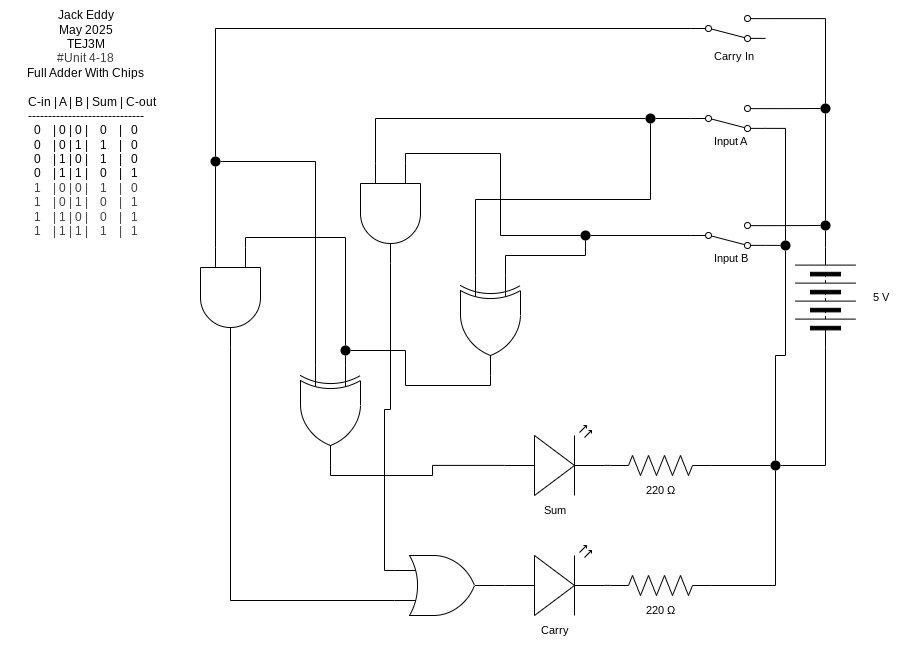
Jack-Eddy/TEJ3M-Unit4 keeps this draw.io diagram as Unit4-18.png. Above is the earlier version. Source tidied: cells renumbered, new cells last; positions are measured from the earlier drawing's top-left corner, leaving out a move shared by most shapes.
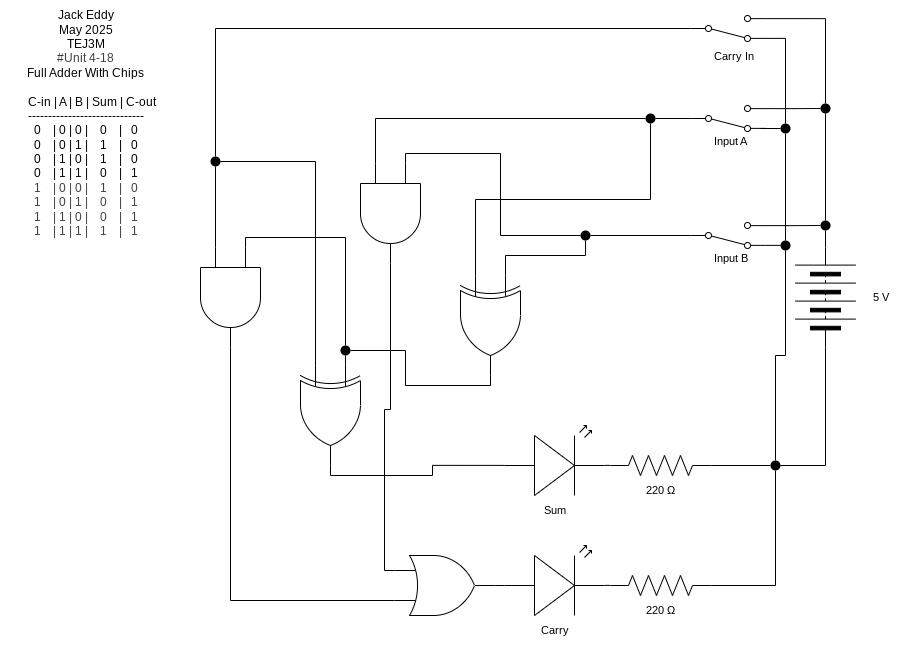
After the commit.

Change to the diagram source:
```diff
@@ -35,18 +35,15 @@
     <mxCell id="12" style="edgeStyle=orthogonalEdgeStyle;shape=connector;rounded=0;html=1;exitX=1;exitY=0.57;exitDx=0;exitDy=0;exitPerimeter=0;entryX=0;entryY=0.5;entryDx=0;entryDy=0;entryPerimeter=0;strokeColor=default;align=center;verticalAlign=middle;fontFamily=Helvetica;fontSize=11;fontColor=default;labelBackgroundColor=default;endArrow=none;endFill=0;" parent="1" edge="1" source="9" target="11">
       <mxGeometry relative="1" as="geometry" />
     </mxCell>
-    <mxCell id="13" style="edgeStyle=orthogonalEdgeStyle;shape=connector;rounded=0;html=1;exitX=0.5;exitY=0;exitDx=0;exitDy=0;entryX=0.5;entryY=1;entryDx=0;entryDy=0;strokeColor=default;align=center;verticalAlign=middle;fontFamily=Helvetica;fontSize=11;fontColor=default;labelBackgroundColor=default;endArrow=none;endFill=0;" parent="1" edge="1" source="15" target="17">
-      <mxGeometry relative="1" as="geometry" />
-    </mxCell>
     <mxCell id="14" style="edgeStyle=orthogonalEdgeStyle;shape=connector;rounded=0;html=1;exitX=1;exitY=0.5;exitDx=0;exitDy=0;entryX=0;entryY=0.5;entryDx=0;entryDy=0;strokeColor=default;align=center;verticalAlign=middle;fontFamily=Helvetica;fontSize=11;fontColor=default;labelBackgroundColor=default;endArrow=none;endFill=0;" parent="1" edge="1" source="15" target="20">
       <mxGeometry relative="1" as="geometry" />
     </mxCell>
     <mxCell id="15" style="shape=ellipse;fillColor=light-dark(#000000, #51a8ff);strokeColor=none;html=1;sketch=0;fontFamily=Helvetica;fontSize=11;fontColor=default;labelBackgroundColor=default;" parent="1" vertex="1">
       <mxGeometry x="770" y="460" width="10" height="10" as="geometry" />
     </mxCell>
-    <mxCell id="16" style="edgeStyle=orthogonalEdgeStyle;shape=connector;rounded=0;html=1;exitX=0.5;exitY=0;exitDx=0;exitDy=0;entryX=1;entryY=0.88;entryDx=0;entryDy=0;strokeColor=default;align=center;verticalAlign=middle;fontFamily=Helvetica;fontSize=11;fontColor=default;labelBackgroundColor=default;endArrow=none;endFill=0;" parent="1" edge="1" source="17" target="4">
-      <mxGeometry relative="1" as="geometry" />
-    </mxCell>
+    <mxCell id="61" style="edgeStyle=orthogonalEdgeStyle;shape=connector;rounded=0;html=1;exitX=0.5;exitY=1;exitDx=0;exitDy=0;entryX=0.5;entryY=0;entryDx=0;entryDy=0;strokeColor=default;align=center;verticalAlign=middle;fontFamily=Helvetica;fontSize=11;fontColor=default;labelBackgroundColor=default;endArrow=none;endFill=0;" parent="1" edge="1" source="17" target="15">
+      <mxGeometry relative="1" as="geometry" />
+    </mxCell>
     <mxCell id="17" style="shape=ellipse;fillColor=light-dark(#000000, #51a8ff);strokeColor=none;html=1;sketch=0;fontFamily=Helvetica;fontSize=11;fontColor=default;labelBackgroundColor=default;" parent="1" vertex="1">
       <mxGeometry x="780" y="240" width="10" height="10" as="geometry" />
     </mxCell>
@@ -136,6 +133,9 @@
     <mxCell id="44" style="edgeStyle=orthogonalEdgeStyle;shape=connector;rounded=0;html=1;exitX=0;exitY=0.5;exitDx=0;exitDy=0;entryX=0.5;entryY=0;entryDx=0;entryDy=0;strokeColor=default;align=center;verticalAlign=middle;fontFamily=Helvetica;fontSize=11;fontColor=default;labelBackgroundColor=default;endArrow=none;endFill=0;" parent="1" edge="1" source="45" target="47">
       <mxGeometry relative="1" as="geometry" />
     </mxCell>
+    <mxCell id="62" style="edgeStyle=orthogonalEdgeStyle;shape=connector;rounded=0;html=1;exitX=1;exitY=0.88;exitDx=0;exitDy=0;entryX=0.5;entryY=0;entryDx=0;entryDy=0;strokeColor=default;align=center;verticalAlign=middle;fontFamily=Helvetica;fontSize=11;fontColor=default;labelBackgroundColor=default;endArrow=none;endFill=0;" parent="1" edge="1" source="45" target="64">
+      <mxGeometry relative="1" as="geometry" />
+    </mxCell>
     <mxCell id="45" style="html=1;shape=mxgraph.electrical.electro-mechanical.twoWaySwitch;elSwitchState=2;flipH=0;rotation=0;flipV=1;" parent="1" vertex="1">
       <mxGeometry x="690" y="15" width="75" height="26" as="geometry" />
     </mxCell>
@@ -184,5 +184,14 @@
     <mxCell id="60" style="edgeStyle=orthogonalEdgeStyle;shape=connector;rounded=0;html=1;exitX=1;exitY=0.5;exitDx=0;exitDy=0;exitPerimeter=0;entryX=0;entryY=0.57;entryDx=0;entryDy=0;entryPerimeter=0;strokeColor=default;align=center;verticalAlign=middle;fontFamily=Helvetica;fontSize=11;fontColor=default;labelBackgroundColor=default;endArrow=none;endFill=0;" parent="1" edge="1" source="43" target="9">
       <mxGeometry relative="1" as="geometry" />
     </mxCell>
+    <mxCell id="63" style="edgeStyle=orthogonalEdgeStyle;shape=connector;rounded=0;html=1;exitX=0.5;exitY=1;exitDx=0;exitDy=0;entryX=0.5;entryY=0;entryDx=0;entryDy=0;strokeColor=default;align=center;verticalAlign=middle;fontFamily=Helvetica;fontSize=11;fontColor=default;labelBackgroundColor=default;endArrow=none;endFill=0;" parent="1" edge="1" source="64" target="17">
+      <mxGeometry relative="1" as="geometry" />
+    </mxCell>
+    <mxCell id="64" style="shape=ellipse;fillColor=light-dark(#000000, #51a8ff);strokeColor=none;html=1;sketch=0;fontFamily=Helvetica;fontSize=11;fontColor=default;labelBackgroundColor=default;" parent="1" vertex="1">
+      <mxGeometry x="780" y="123" width="10" height="10" as="geometry" />
+    </mxCell>
+    <mxCell id="65" style="edgeStyle=orthogonalEdgeStyle;shape=connector;rounded=0;html=1;exitX=0;exitY=0.5;exitDx=0;exitDy=0;entryX=1;entryY=0.067;entryDx=0;entryDy=0;entryPerimeter=0;strokeColor=default;align=center;verticalAlign=middle;fontFamily=Helvetica;fontSize=11;fontColor=default;labelBackgroundColor=default;endArrow=none;endFill=0;" parent="1" edge="1" source="64" target="23">
+      <mxGeometry relative="1" as="geometry" />
+    </mxCell>
   </root>
 </mxGraphModel>
```
